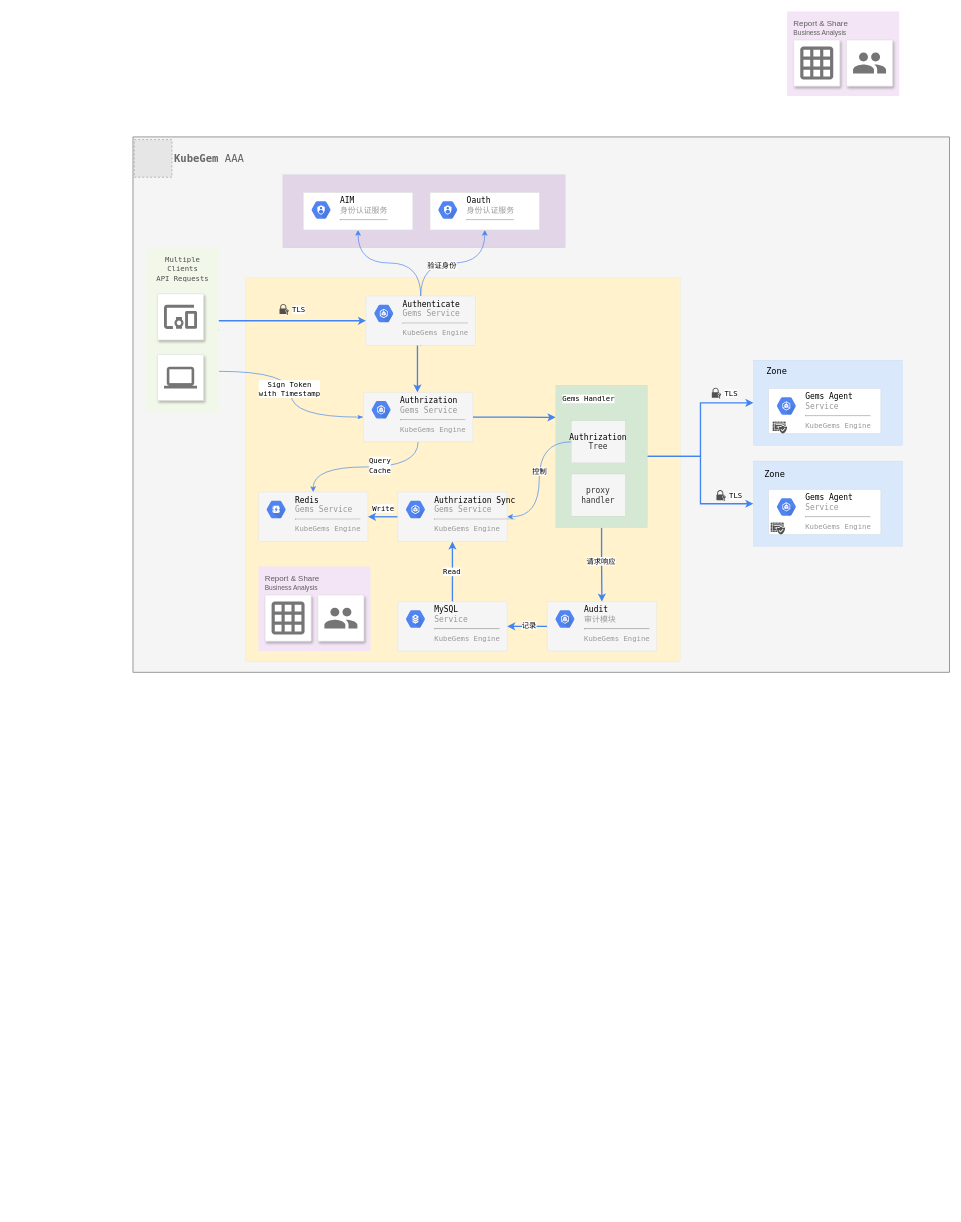
Earlier version of the draw.io diagram aaa.drawio (kubegems/design). Source tidied: cells renumbered, new cells numbered last; positions are measured from the earlier drawing's top-left corner, leaving out a move shared by most shapes. Both pictures are drawn from the tidied source at 66%, with x=0, y=0 at pixel (133, 11). Pictures stored in the file or linked from it are replaced by grey dashed boxes.
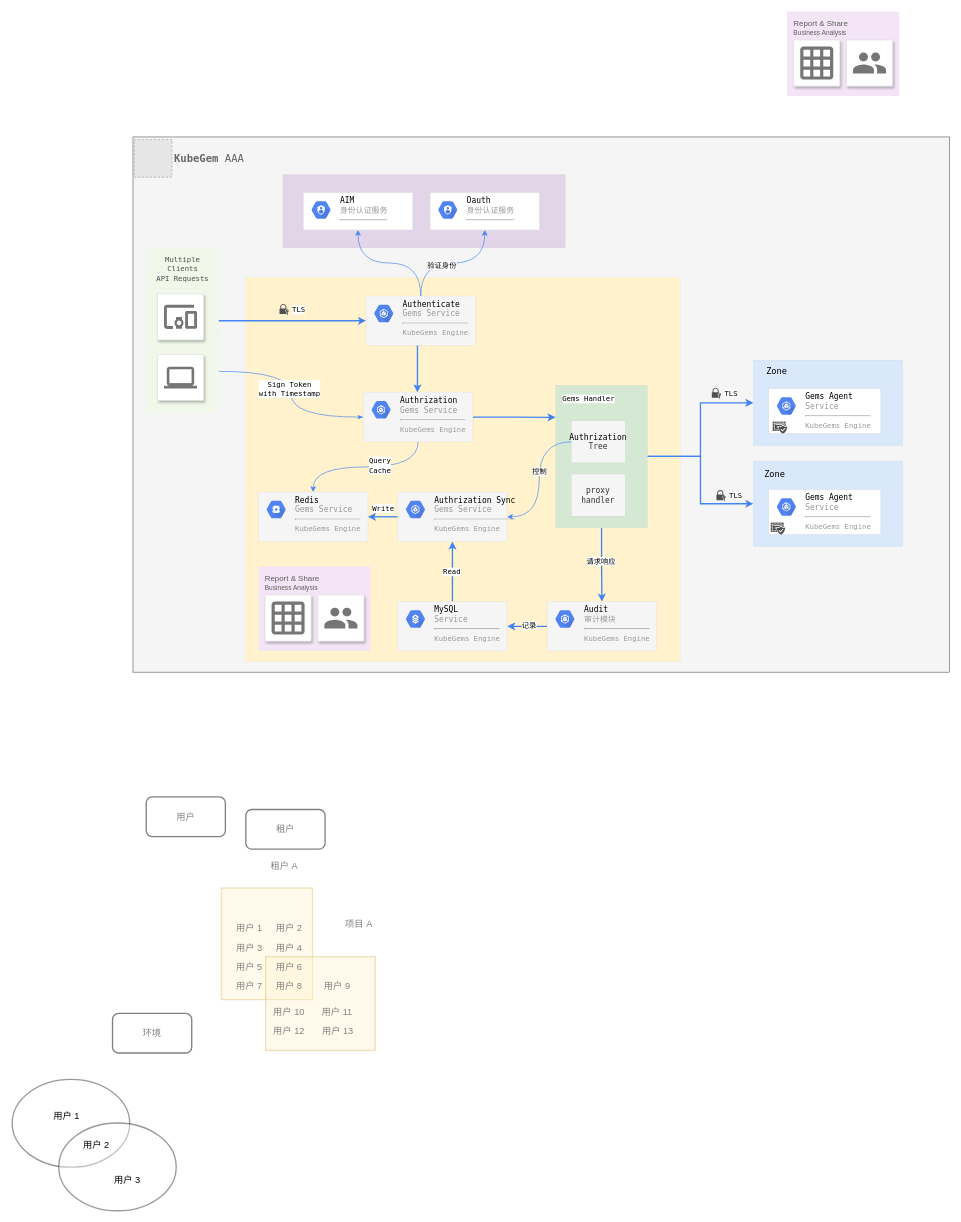
After the change.

What changed in the source:
```diff
@@
+    <mxCell id="81" style="ellipse;whiteSpace=wrap;html=1;fontSize=14;strokeWidth=2;gradientDirection=radial;opacity=40;" parent="1" vertex="1">
+      <mxGeometry x="-183" y="1618" width="178" height="133" as="geometry" />
+    </mxCell>
+    <mxCell id="82" style="ellipse;whiteSpace=wrap;html=1;fontSize=14;strokeWidth=2;gradientDirection=radial;opacity=40;" parent="1" vertex="1">
+      <mxGeometry x="-112.5" y="1684" width="178" height="133" as="geometry" />
+    </mxCell>
+    <mxCell id="83" style="rounded=0;whiteSpace=wrap;html=1;fontSize=14;strokeColor=#d6b656;strokeWidth=2;fillColor=#fff2cc;gradientDirection=radial;opacity=40;" parent="1" vertex="1">
+      <mxGeometry x="134" y="1328" width="138" height="169" as="geometry" />
+    </mxCell>
+    <mxCell id="84" style="rounded=0;whiteSpace=wrap;html=1;fontSize=14;strokeColor=#d6b656;strokeWidth=2;fillColor=#fff2cc;gradientDirection=radial;opacity=40;" parent="1" vertex="1">
+      <mxGeometry x="201" y="1432" width="166" height="142" as="geometry" />
+    </mxCell>
@@
+    <mxCell id="85" value="用户" style="rounded=1;whiteSpace=wrap;html=1;fontSize=14;fontColor=#808080;strokeColor=#808080;strokeWidth=2;" parent="1" vertex="1">
+      <mxGeometry x="20" y="1190" width="120" height="60" as="geometry" />
+    </mxCell>
+    <mxCell id="86" value="租户" style="rounded=1;whiteSpace=wrap;html=1;fontSize=14;fontColor=#808080;strokeColor=#808080;strokeWidth=2;" parent="1" vertex="1">
+      <mxGeometry x="171" y="1209" width="120" height="60" as="geometry" />
+    </mxCell>
+    <mxCell id="87" value="环境" style="rounded=1;whiteSpace=wrap;html=1;fontSize=14;fontColor=#808080;strokeColor=#808080;strokeWidth=2;" parent="1" vertex="1">
+      <mxGeometry x="-31" y="1518" width="120" height="60" as="geometry" />
+    </mxCell>
+    <mxCell id="88" value="用户 2" style="text;html=1;align=center;verticalAlign=middle;strokeColor=none;fillColor=none;fontSize=14;fontColor=#808080;" parent="1" vertex="1">
+      <mxGeometry x="211" y="1378" width="50" height="21" as="geometry" />
+    </mxCell>
+    <mxCell id="89" value="用户 1" style="text;html=1;align=center;verticalAlign=middle;strokeColor=none;fillColor=none;fontSize=14;fontColor=#808080;" parent="1" vertex="1">
+      <mxGeometry x="151" y="1378" width="50" height="21" as="geometry" />
+    </mxCell>
+    <mxCell id="90" value="租户 A" style="text;html=1;align=center;verticalAlign=middle;strokeColor=none;fillColor=none;fontSize=14;fontColor=#808080;" parent="1" vertex="1">
+      <mxGeometry x="203.5" y="1283" width="51" height="21" as="geometry" />
+    </mxCell>
+    <mxCell id="91" value="项目 A" style="text;html=1;align=center;verticalAlign=middle;strokeColor=none;fillColor=none;fontSize=14;fontColor=#808080;" parent="1" vertex="1">
+      <mxGeometry x="316" y="1371" width="51" height="21" as="geometry" />
+    </mxCell>
+    <mxCell id="92" value="用户 4" style="text;html=1;align=center;verticalAlign=middle;strokeColor=none;fillColor=none;fontSize=14;fontColor=#808080;" parent="1" vertex="1">
+      <mxGeometry x="211" y="1408" width="50" height="21" as="geometry" />
+    </mxCell>
+    <mxCell id="93" value="用户 3" style="text;html=1;align=center;verticalAlign=middle;strokeColor=none;fillColor=none;fontSize=14;fontColor=#808080;" parent="1" vertex="1">
+      <mxGeometry x="151" y="1408" width="50" height="21" as="geometry" />
+    </mxCell>
+    <mxCell id="94" value="用户 6" style="text;html=1;align=center;verticalAlign=middle;strokeColor=none;fillColor=none;fontSize=14;fontColor=#808080;" parent="1" vertex="1">
+      <mxGeometry x="211" y="1436" width="50" height="21" as="geometry" />
+    </mxCell>
+    <mxCell id="95" value="用户 5" style="text;html=1;align=center;verticalAlign=middle;strokeColor=none;fillColor=none;fontSize=14;fontColor=#808080;" parent="1" vertex="1">
+      <mxGeometry x="151" y="1436" width="50" height="21" as="geometry" />
+    </mxCell>
+    <mxCell id="96" value="用户 8" style="text;html=1;align=center;verticalAlign=middle;strokeColor=none;fillColor=none;fontSize=14;fontColor=#808080;" parent="1" vertex="1">
+      <mxGeometry x="211" y="1466" width="50" height="21" as="geometry" />
+    </mxCell>
+    <mxCell id="97" value="用户 7" style="text;html=1;align=center;verticalAlign=middle;strokeColor=none;fillColor=none;fontSize=14;fontColor=#808080;" parent="1" vertex="1">
+      <mxGeometry x="151" y="1466" width="50" height="21" as="geometry" />
+    </mxCell>
+    <mxCell id="98" value="用户 9" style="text;html=1;align=center;verticalAlign=middle;strokeColor=none;fillColor=none;fontSize=14;fontColor=#808080;" parent="1" vertex="1">
+      <mxGeometry x="283.5" y="1466" width="50" height="21" as="geometry" />
+    </mxCell>
+    <mxCell id="99" value="用户 10" style="text;html=1;align=center;verticalAlign=middle;strokeColor=none;fillColor=none;fontSize=14;fontColor=#808080;" parent="1" vertex="1">
+      <mxGeometry x="207.5" y="1505" width="57" height="21" as="geometry" />
+    </mxCell>
+    <mxCell id="100" value="用户 11" style="text;html=1;align=center;verticalAlign=middle;strokeColor=none;fillColor=none;fontSize=14;fontColor=#808080;" parent="1" vertex="1">
+      <mxGeometry x="281" y="1505" width="56" height="21" as="geometry" />
+    </mxCell>
+    <mxCell id="101" value="用户 12" style="text;html=1;align=center;verticalAlign=middle;strokeColor=none;fillColor=none;fontSize=14;fontColor=#808080;" parent="1" vertex="1">
+      <mxGeometry x="207.5" y="1534" width="57" height="21" as="geometry" />
+    </mxCell>
+    <mxCell id="102" value="用户 13" style="text;html=1;align=center;verticalAlign=middle;strokeColor=none;fillColor=none;fontSize=14;fontColor=#808080;" parent="1" vertex="1">
+      <mxGeometry x="281" y="1534" width="57" height="21" as="geometry" />
+    </mxCell>
+    <mxCell id="103" value="用户 1" style="text;html=1;align=center;verticalAlign=middle;fontSize=14;" parent="1" vertex="1">
+      <mxGeometry x="-126" y="1663" width="50" height="21" as="geometry" />
+    </mxCell>
+    <mxCell id="104" value="用户 2" style="text;html=1;align=center;verticalAlign=middle;fontSize=14;" parent="1" vertex="1">
+      <mxGeometry x="-81" y="1706" width="50" height="21" as="geometry" />
+    </mxCell>
+    <mxCell id="105" value="用户 3" style="text;html=1;align=center;verticalAlign=middle;fontSize=14;" parent="1" vertex="1">
+      <mxGeometry x="-34" y="1760" width="50" height="21" as="geometry" />
+    </mxCell>
```
